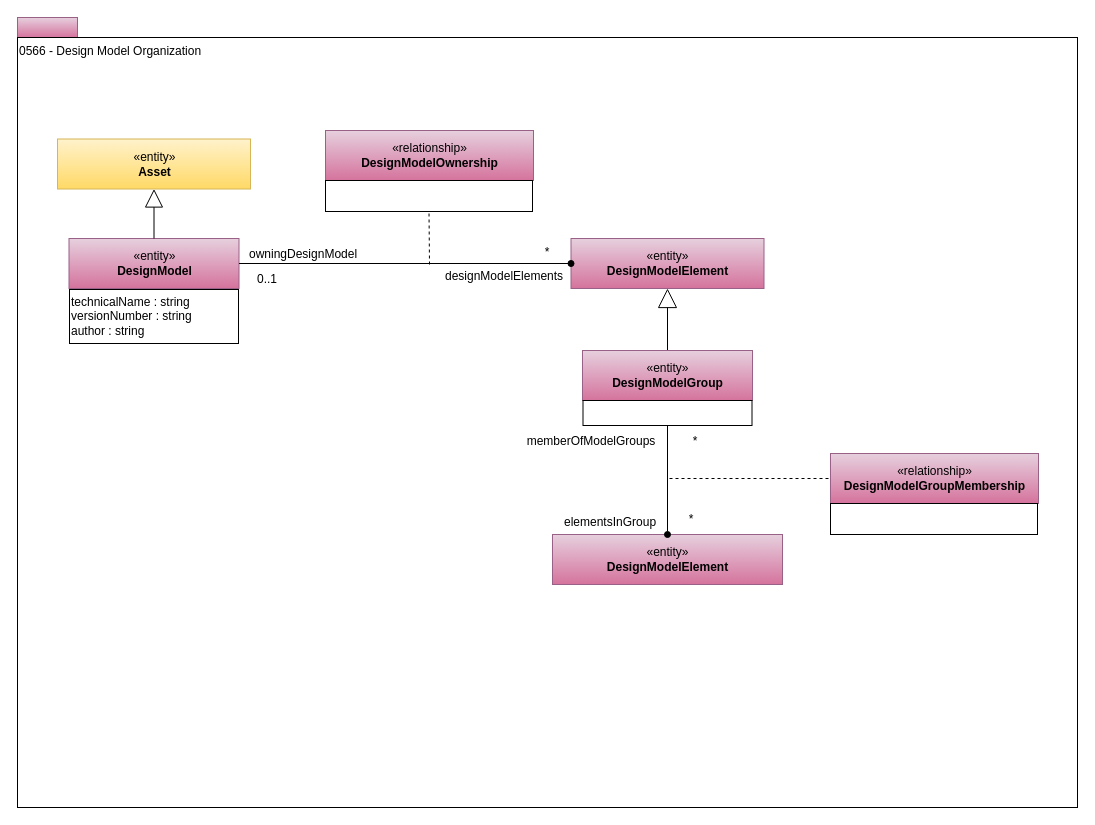
Above: page "0566-Model-Structure" (29 of 36) of site/docs/types/5/area-5-models-and-schema.drawio in odpi/egeria-docs (draw.io), before the change. Source tidied: cells renumbered, new cells numbered last; positions are measured from the earlier drawing's top-left corner, leaving out a move shared by most shapes. Both pictures are drawn from the tidied source at 100%, with x=0, y=0 at pixel (17, 17).
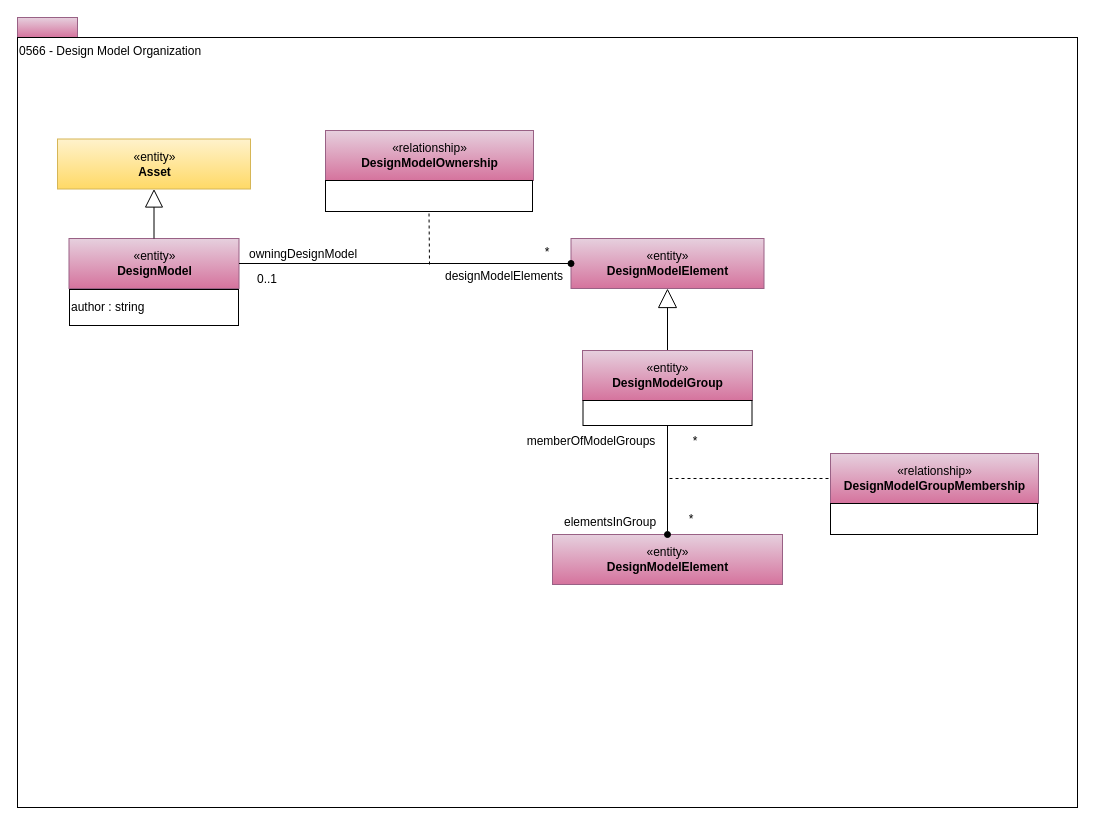
The same page after the edit.

What changed in the source:
```diff
@@
-    <mxCell id="11" value="technicalName : string&lt;br&gt;versionNumber : string&lt;br&gt;author : string&lt;span&gt;&lt;br&gt;&lt;/span&gt;" style="rounded=0;whiteSpace=wrap;html=1;strokeColor=#000000;gradientColor=#ffffff;align=left;" parent="1" vertex="1">
-      <mxGeometry x="52" y="272" width="169" height="54" as="geometry" />
+    <mxCell id="11" value="author : string&lt;span&gt;&lt;br&gt;&lt;/span&gt;" style="rounded=0;whiteSpace=wrap;html=1;strokeColor=#000000;gradientColor=#ffffff;align=left;" parent="1" vertex="1">
+      <mxGeometry x="52" y="272" width="169" height="36" as="geometry" />
     </mxCell>
```
